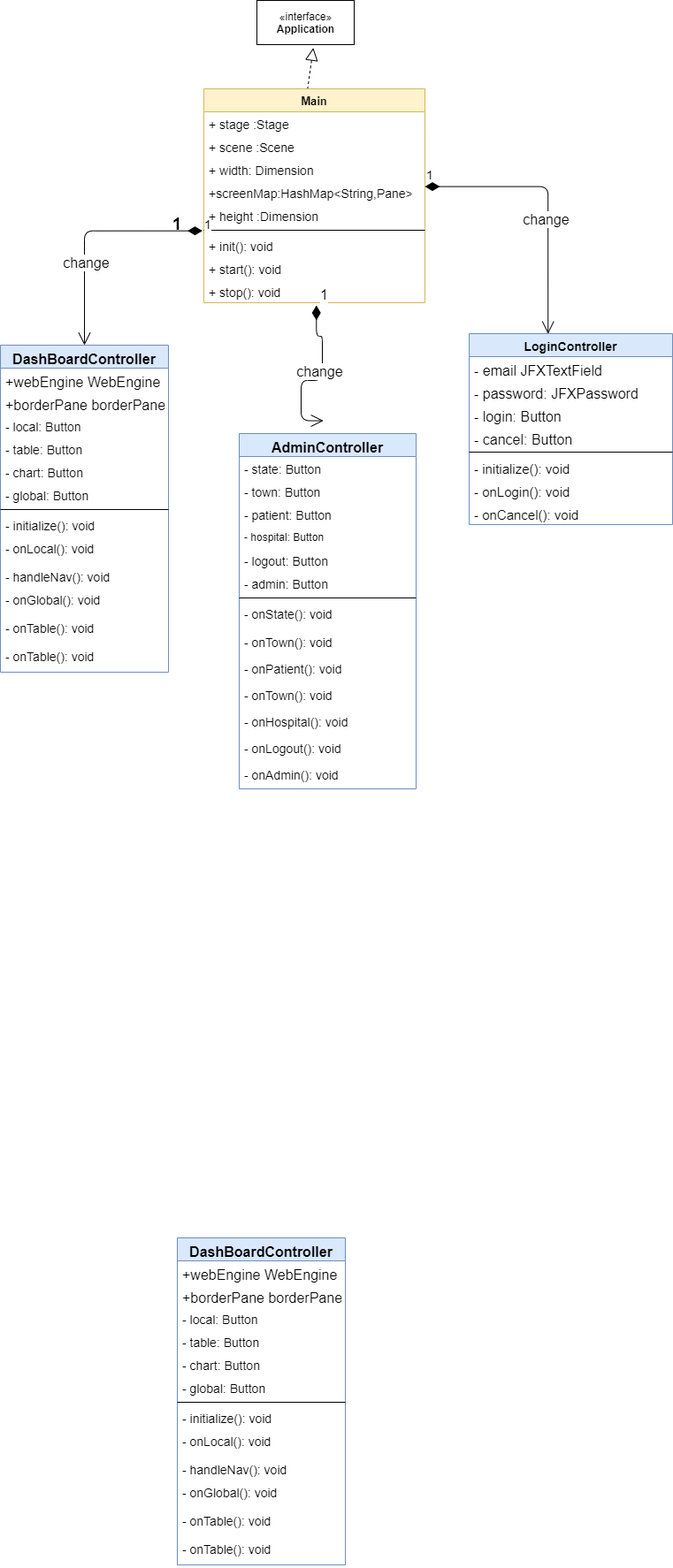
mgkyawmyotun/covid19userjava keeps this draw.io diagram as diagram/Class_diagram.png. Above is the earlier version. Source tidied: cells renumbered, new cells last; positions are measured from the earlier drawing's top-left corner, leaving out a move shared by most shapes.
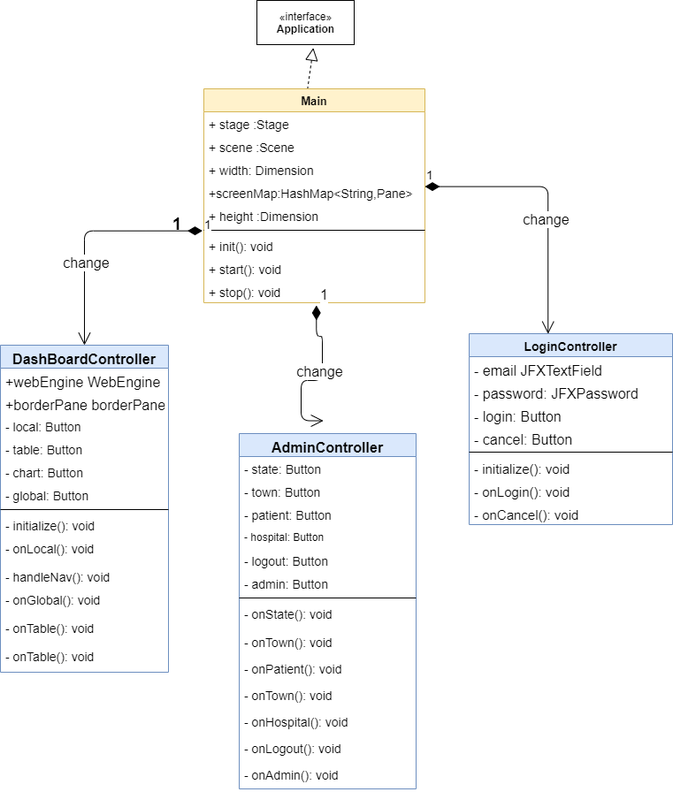
The same diagram one commit later.

Change to the diagram source:
```diff
@@ -180,47 +180,5 @@
     <mxCell id="58" value="- onAdmin(): void" style="text;strokeColor=none;fillColor=none;align=left;verticalAlign=top;spacingLeft=4;spacingRight=4;overflow=hidden;fontSize=14;" parent="44" vertex="1">
       <mxGeometry y="372" width="200" height="30" as="geometry" />
     </mxCell>
-    <mxCell id="59" value="DashBoardController" style="swimlane;fontStyle=1;align=center;verticalAlign=top;horizontal=1;startSize=26;rounded=0;shadow=0;strokeWidth=1;fontSize=16;fillColor=#dae8fc;strokeColor=#6c8ebf;" parent="1" vertex="1">
-      <mxGeometry x="200" y="1400" width="190" height="370" as="geometry" />
-    </mxCell>
-    <mxCell id="60" value="+webEngine WebEngine" style="text;align=left;verticalAlign=top;spacingLeft=4;spacingRight=4;overflow=hidden;fontSize=16;" parent="59" vertex="1">
-      <mxGeometry y="26" width="190" height="26" as="geometry" />
-    </mxCell>
-    <mxCell id="61" value="+borderPane borderPane" style="text;align=left;verticalAlign=top;spacingLeft=4;spacingRight=4;overflow=hidden;rounded=0;shadow=0;html=0;fontSize=16;" parent="59" vertex="1">
-      <mxGeometry y="52" width="190" height="26" as="geometry" />
-    </mxCell>
-    <mxCell id="62" value="- local: Button" style="text;strokeColor=none;fillColor=none;align=left;verticalAlign=top;spacingLeft=4;spacingRight=4;overflow=hidden;fontSize=14;" parent="59" vertex="1">
-      <mxGeometry y="78" width="190" height="26" as="geometry" />
-    </mxCell>
-    <mxCell id="63" value="- table: Button" style="text;strokeColor=none;fillColor=none;align=left;verticalAlign=top;spacingLeft=4;spacingRight=4;overflow=hidden;fontSize=14;" parent="59" vertex="1">
-      <mxGeometry y="104" width="190" height="26" as="geometry" />
-    </mxCell>
-    <mxCell id="64" value="- chart: Button" style="text;strokeColor=none;fillColor=none;align=left;verticalAlign=top;spacingLeft=4;spacingRight=4;overflow=hidden;fontSize=14;" parent="59" vertex="1">
-      <mxGeometry y="130" width="190" height="26" as="geometry" />
-    </mxCell>
-    <mxCell id="65" value="- global: Button" style="text;strokeColor=none;fillColor=none;align=left;verticalAlign=top;spacingLeft=4;spacingRight=4;overflow=hidden;fontSize=14;" parent="59" vertex="1">
-      <mxGeometry y="156" width="190" height="26" as="geometry" />
-    </mxCell>
-    <mxCell id="66" style="line;html=1;strokeWidth=1;align=left;verticalAlign=middle;spacingTop=-1;spacingLeft=3;spacingRight=3;labelPosition=right;" parent="59" vertex="1">
-      <mxGeometry y="182" width="190" height="8" as="geometry" />
-    </mxCell>
-    <mxCell id="67" value="- initialize(): void&#10;" style="text;strokeColor=none;fillColor=none;align=left;verticalAlign=top;spacingLeft=4;spacingRight=4;overflow=hidden;fontSize=14;" parent="59" vertex="1">
-      <mxGeometry y="190" width="190" height="26" as="geometry" />
-    </mxCell>
-    <mxCell id="68" value="- onLocal(): void" style="text;strokeColor=none;fillColor=none;align=left;verticalAlign=top;spacingLeft=4;spacingRight=4;overflow=hidden;fontSize=14;" parent="59" vertex="1">
-      <mxGeometry y="216" width="190" height="32" as="geometry" />
-    </mxCell>
-    <mxCell id="69" value="- handleNav(): void&#10;" style="text;strokeColor=none;fillColor=none;align=left;verticalAlign=top;spacingLeft=4;spacingRight=4;overflow=hidden;fontSize=14;" parent="59" vertex="1">
-      <mxGeometry y="248" width="190" height="26" as="geometry" />
-    </mxCell>
-    <mxCell id="70" value="- onGlobal(): void" style="text;strokeColor=none;fillColor=none;align=left;verticalAlign=top;spacingLeft=4;spacingRight=4;overflow=hidden;fontSize=14;" parent="59" vertex="1">
-      <mxGeometry y="274" width="190" height="32" as="geometry" />
-    </mxCell>
-    <mxCell id="71" value="- onTable(): void" style="text;strokeColor=none;fillColor=none;align=left;verticalAlign=top;spacingLeft=4;spacingRight=4;overflow=hidden;fontSize=14;" parent="59" vertex="1">
-      <mxGeometry y="306" width="190" height="32" as="geometry" />
-    </mxCell>
-    <mxCell id="72" value="- onTable(): void" style="text;strokeColor=none;fillColor=none;align=left;verticalAlign=top;spacingLeft=4;spacingRight=4;overflow=hidden;fontSize=14;" parent="59" vertex="1">
-      <mxGeometry y="338" width="190" height="32" as="geometry" />
-    </mxCell>
   </root>
 </mxGraphModel>
```
